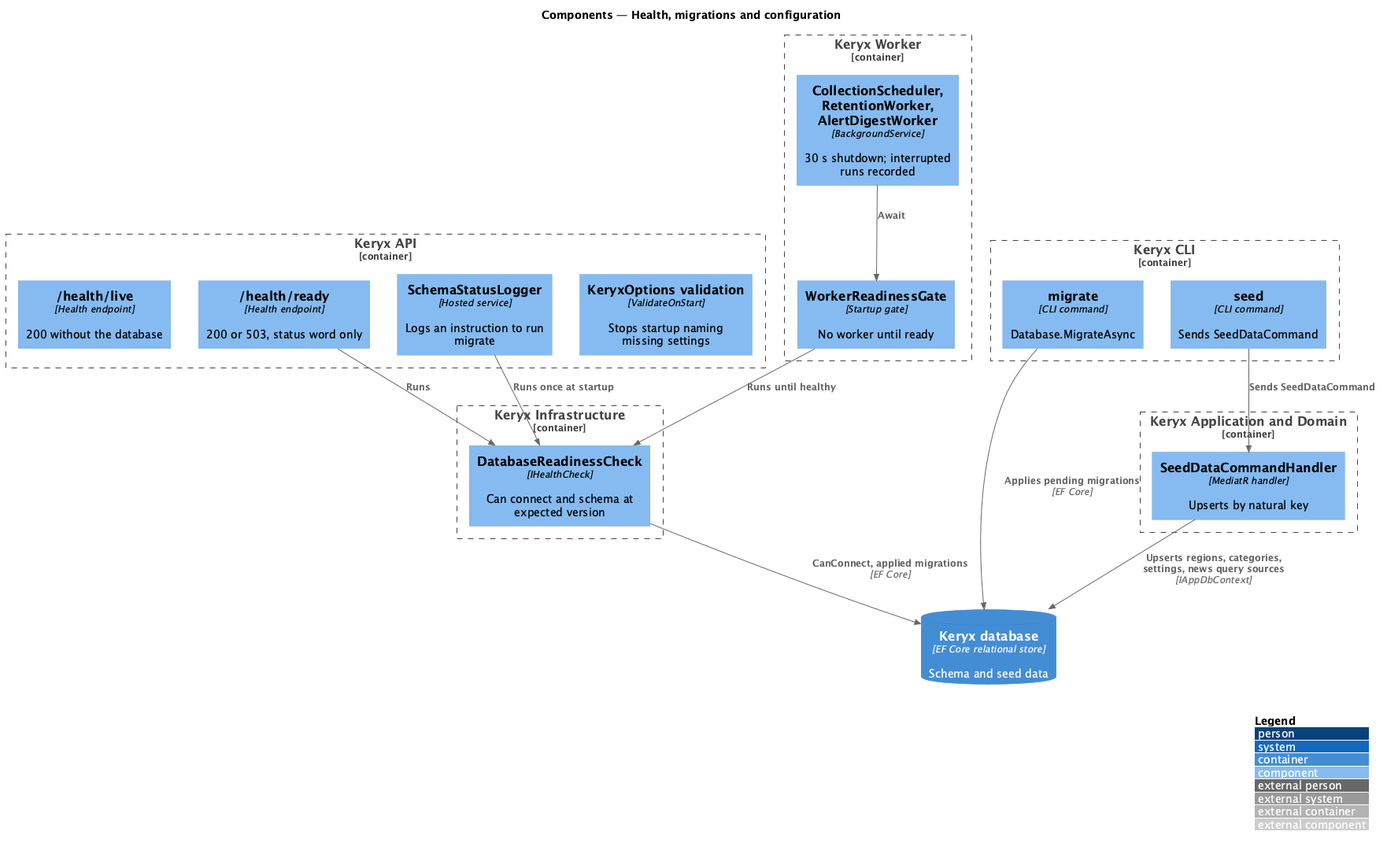
The PlantUML diagram docs/detailed-designs/operations/health-migrations-and-configuration/diagrams/c4-component.png in QuinntyneBrown/keryx, before a commit.
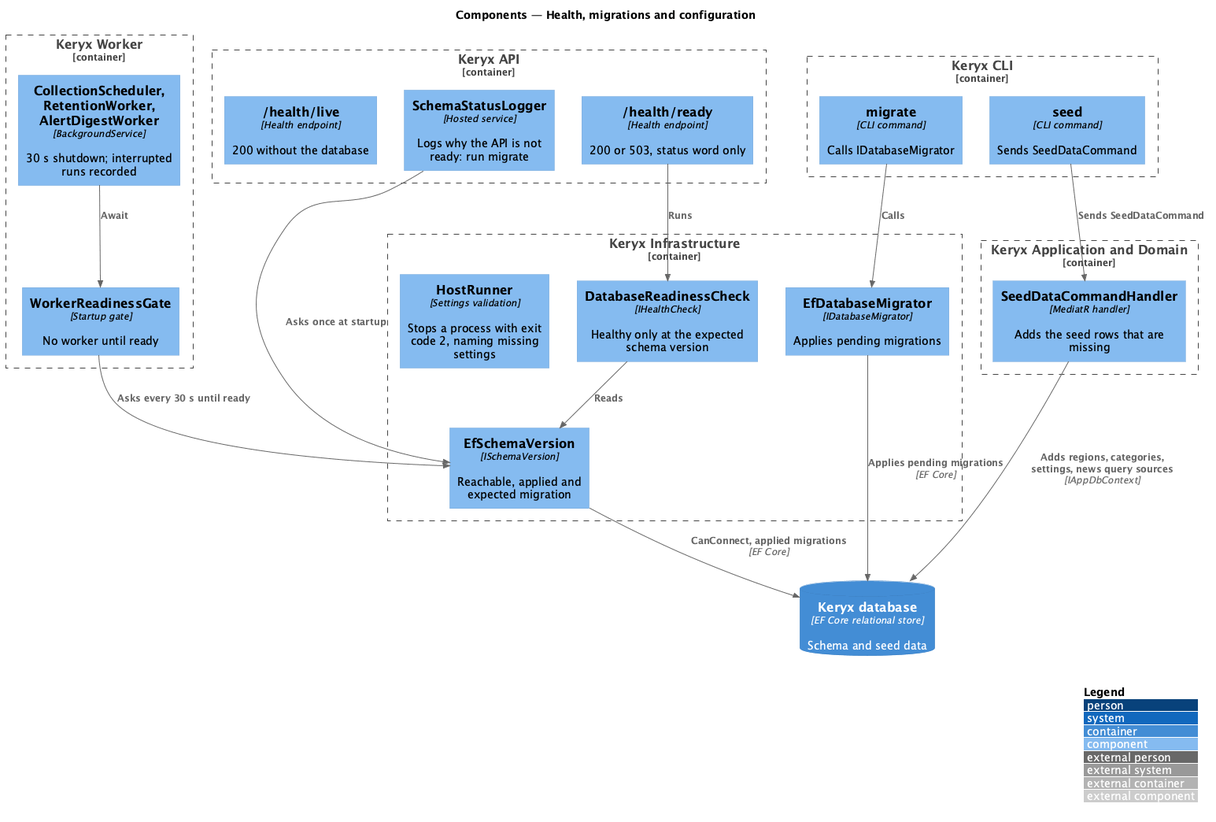
Above is the later version.

Change to the diagram source:
```diff
@@ -6,31 +6,35 @@
 Container_Boundary(api, "Keryx API") {
   Component(live, "/health/live", "Health endpoint", "200 without the database")
   Component(ready, "/health/ready", "Health endpoint", "200 or 503, status word only")
-  Component(logger, "SchemaStatusLogger", "Hosted service", "Logs an instruction to run migrate")
-  Component(opts, "KeryxOptions validation", "ValidateOnStart", "Stops startup naming missing settings")
+  Component(logger, "SchemaStatusLogger", "Hosted service", "Logs why the API is not ready: run migrate")
 }
 Container_Boundary(worker, "Keryx Worker") {
   Component(gate, "WorkerReadinessGate", "Startup gate", "No worker until ready")
   Component(workers, "CollectionScheduler, RetentionWorker, AlertDigestWorker", "BackgroundService", "30 s shutdown; interrupted runs recorded")
 }
 Container_Boundary(infra, "Keryx Infrastructure") {
-  Component(check, "DatabaseReadinessCheck", "IHealthCheck", "Can connect and schema at expected version")
+  Component(runner, "HostRunner", "Settings validation", "Stops a process with exit code 2, naming missing settings")
+  Component(check, "DatabaseReadinessCheck", "IHealthCheck", "Healthy only at the expected schema version")
+  Component(schema, "EfSchemaVersion", "ISchemaVersion", "Reachable, applied and expected migration")
+  Component(migrator, "EfDatabaseMigrator", "IDatabaseMigrator", "Applies pending migrations")
 }
 Container_Boundary(cli, "Keryx CLI") {
-  Component(mig, "migrate", "CLI command", "Database.MigrateAsync")
+  Component(mig, "migrate", "CLI command", "Calls IDatabaseMigrator")
   Component(seed, "seed", "CLI command", "Sends SeedDataCommand")
 }
 Container_Boundary(app, "Keryx Application and Domain") {
-  Component(seedh, "SeedDataCommandHandler", "MediatR handler", "Upserts by natural key")
+  Component(seedh, "SeedDataCommandHandler", "MediatR handler", "Adds the seed rows that are missing")
 }
 ContainerDb(db, "Keryx database", "EF Core relational store", "Schema and seed data")
 
 Rel(ready, check, "Runs")
-Rel(logger, check, "Runs once at startup")
-Rel(gate, check, "Runs until healthy")
+Rel(check, schema, "Reads")
+Rel(logger, schema, "Asks once at startup")
+Rel(gate, schema, "Asks every 30 s until ready")
 Rel(workers, gate, "Await")
-Rel(check, db, "CanConnect, applied migrations", "EF Core")
-Rel(mig, db, "Applies pending migrations", "EF Core")
+Rel(schema, db, "CanConnect, applied migrations", "EF Core")
+Rel(mig, migrator, "Calls")
+Rel(migrator, db, "Applies pending migrations", "EF Core")
 Rel(seed, seedh, "Sends SeedDataCommand")
-Rel(seedh, db, "Upserts regions, categories, settings, news query sources", "IAppDbContext")
+Rel(seedh, db, "Adds regions, categories, settings, news query sources", "IAppDbContext")
 @enduml
```
